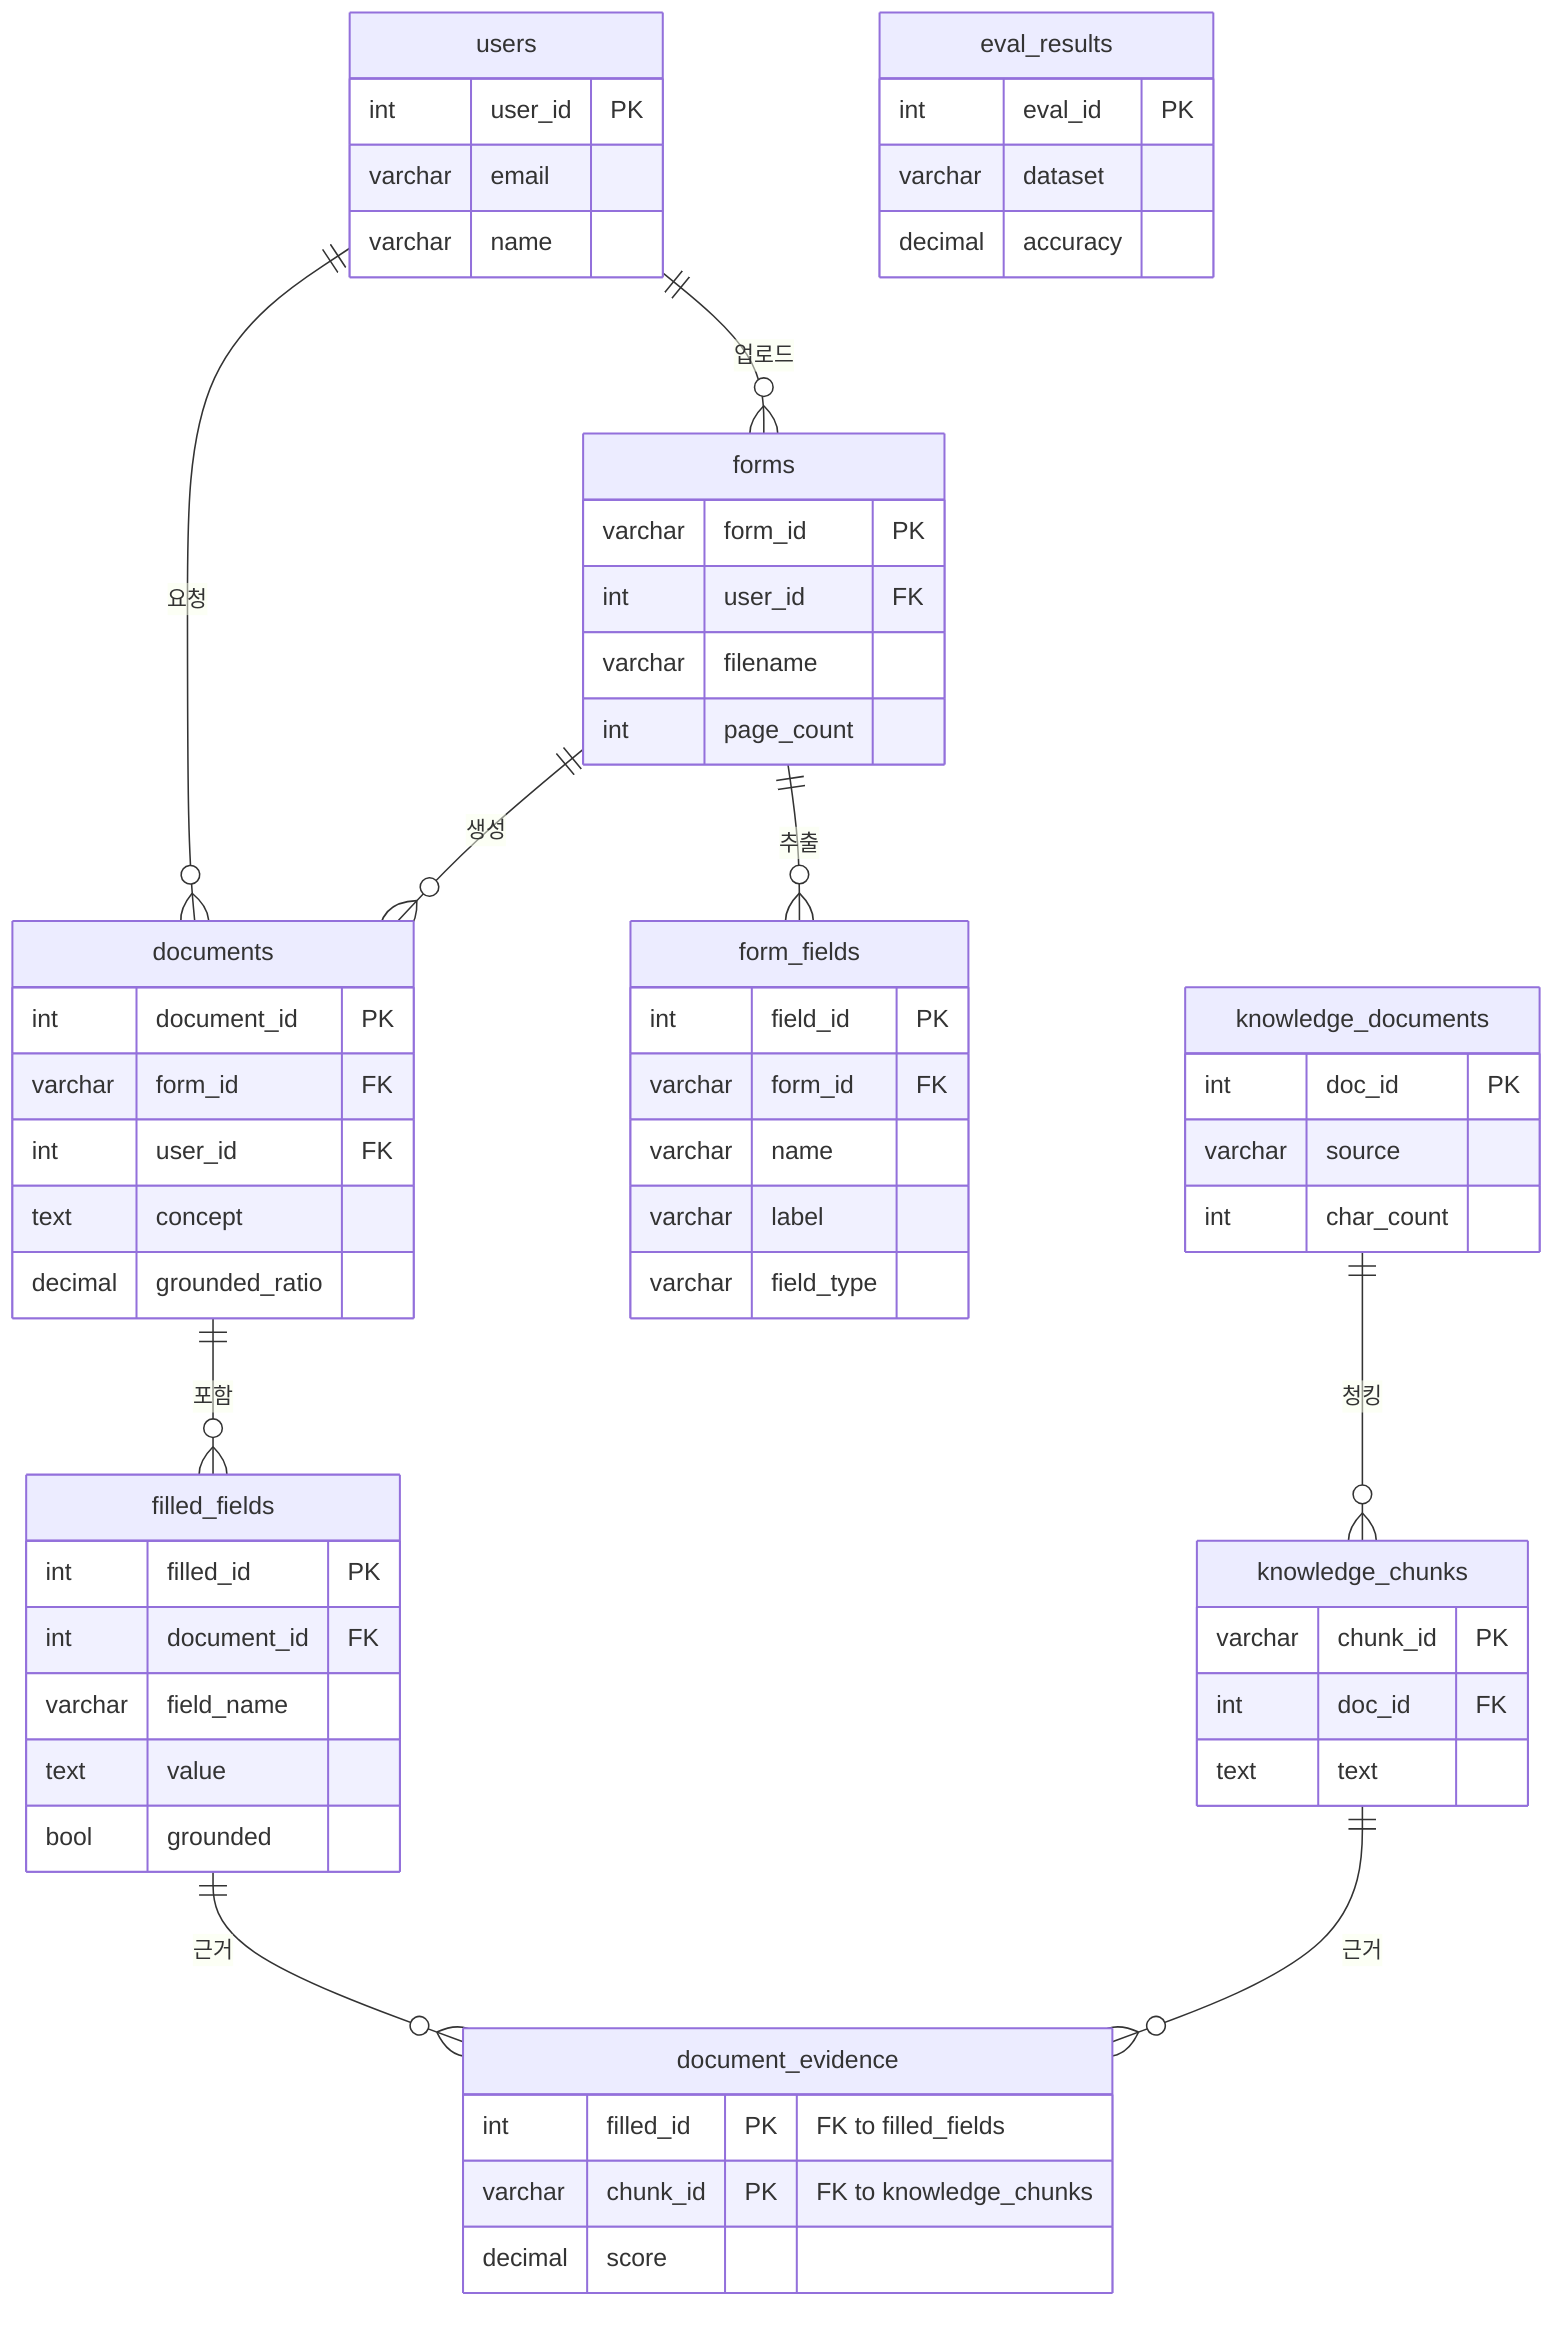
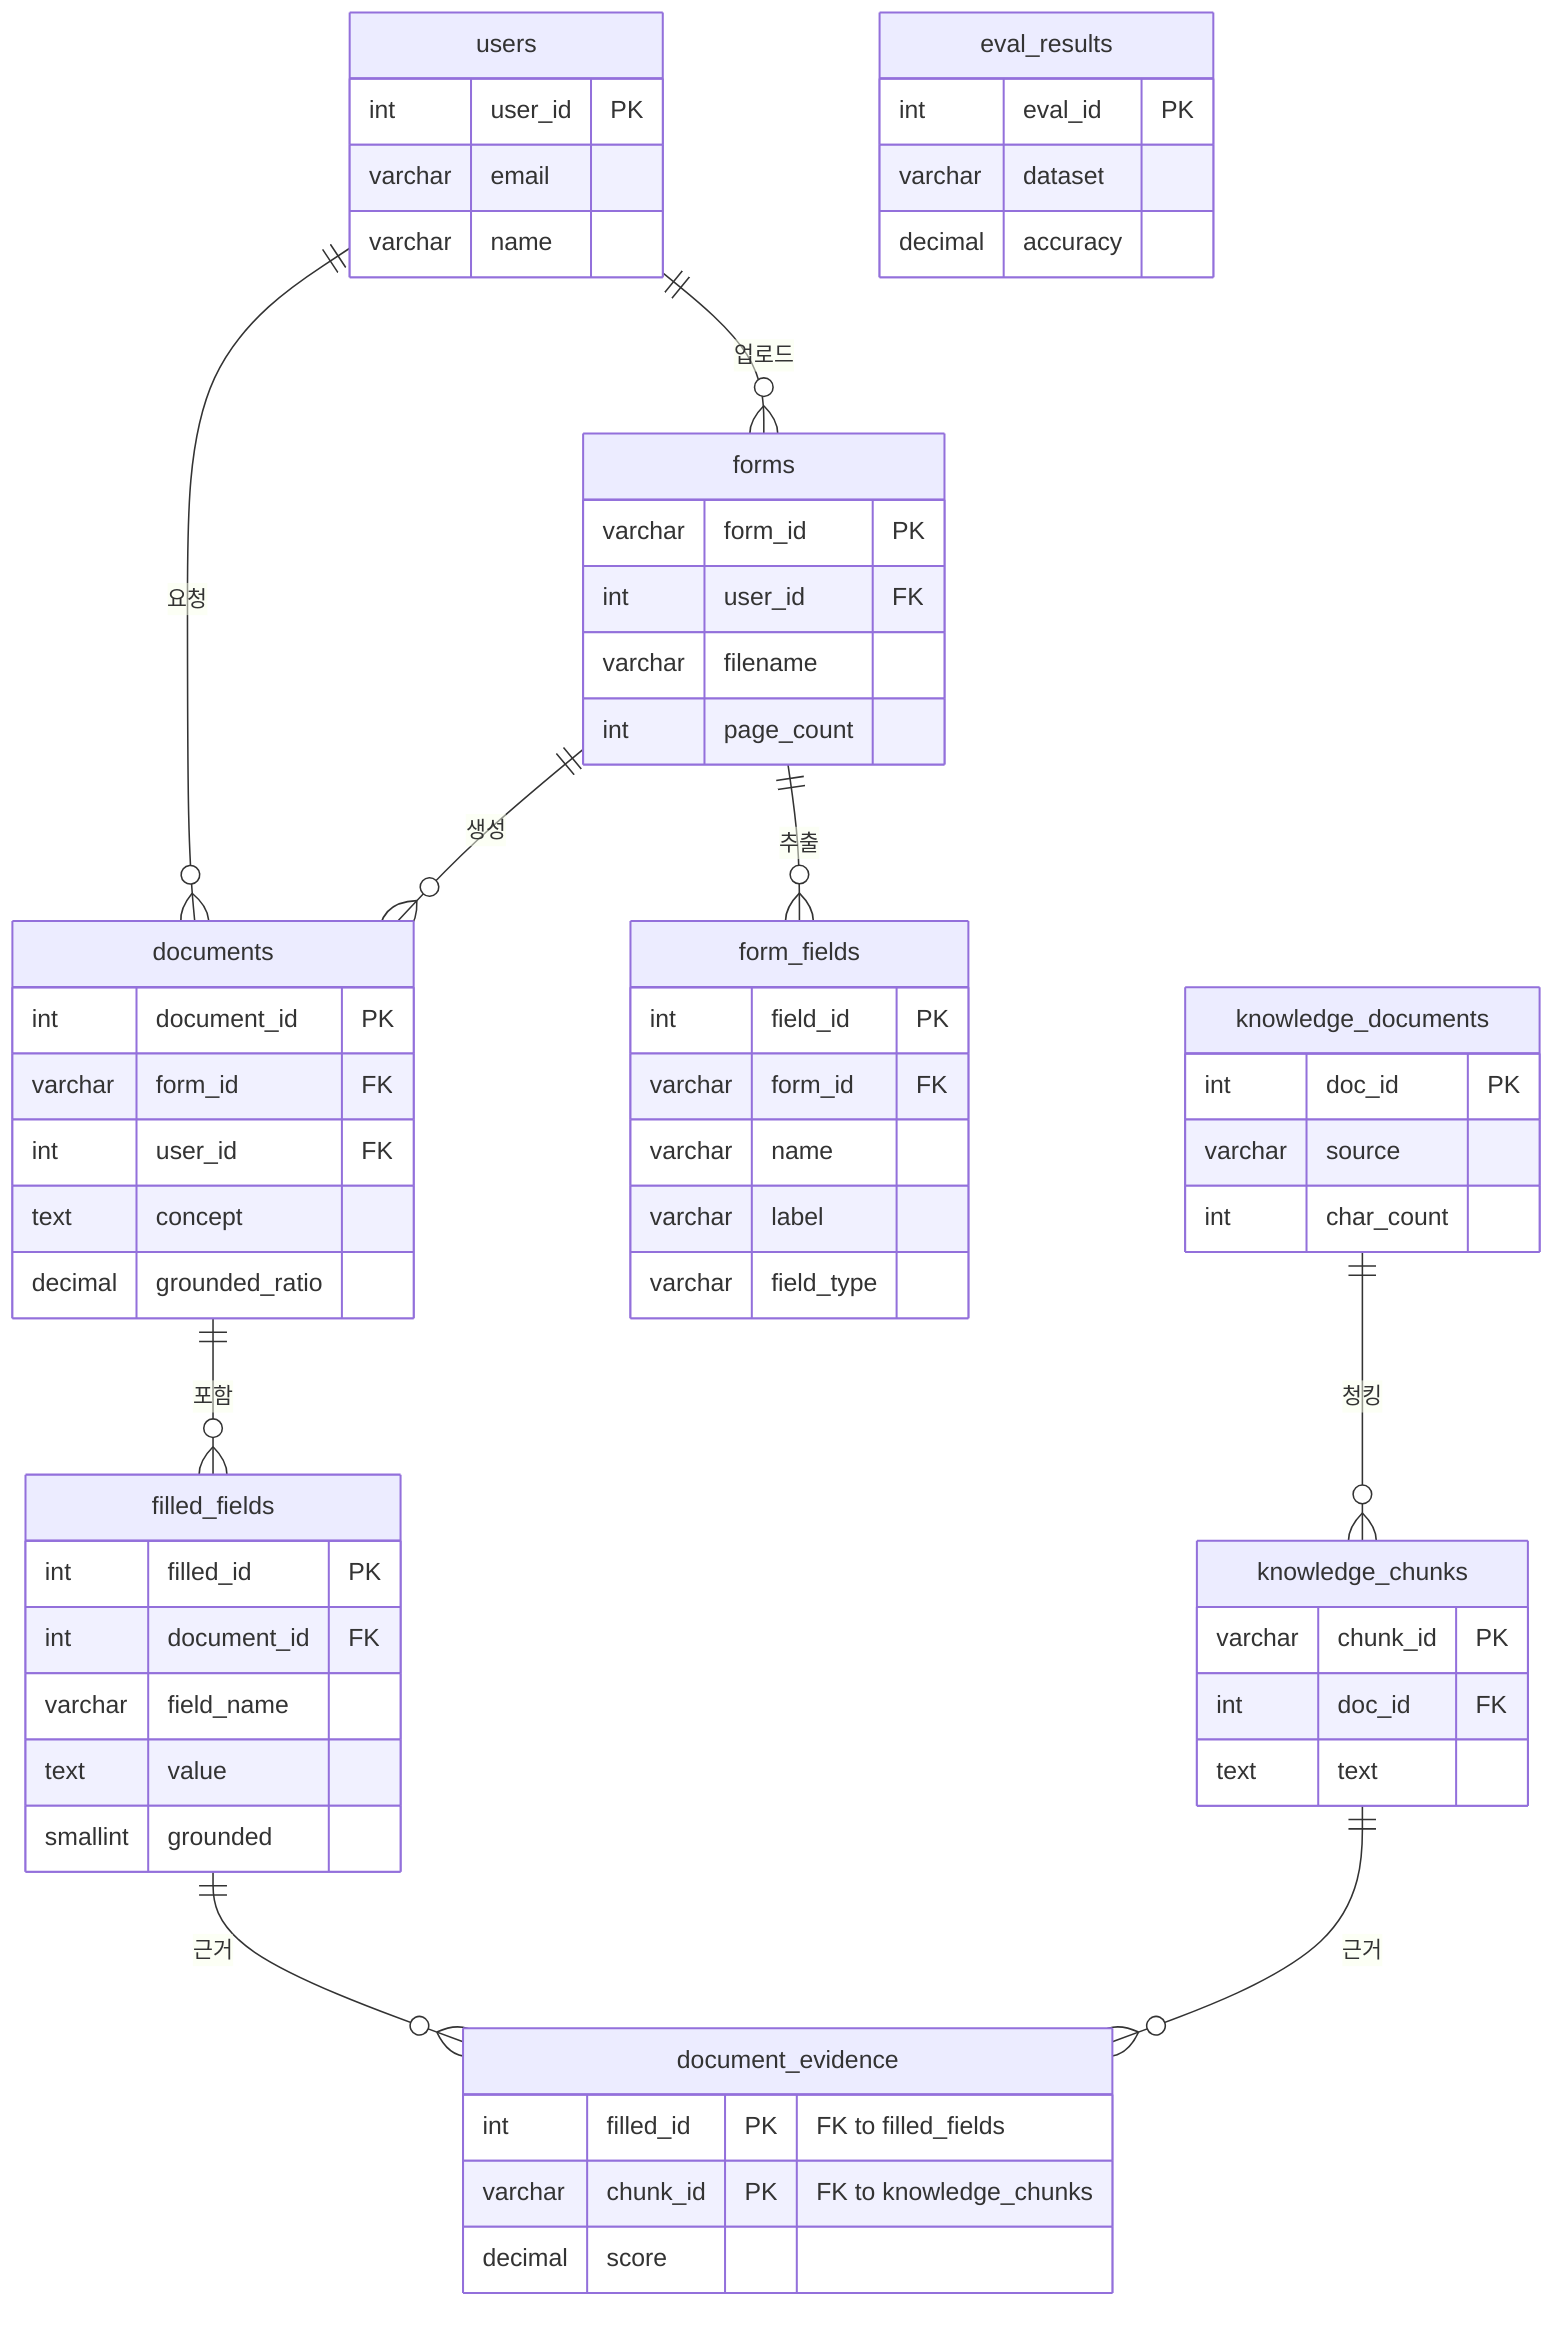
erDiagram
    users ||--o{ forms : "업로드"
    users ||--o{ documents : "요청"
    forms ||--o{ form_fields : "추출"
    forms ||--o{ documents : "생성"
    documents ||--o{ filled_fields : "포함"
    knowledge_documents ||--o{ knowledge_chunks : "청킹"
    filled_fields ||--o{ document_evidence : "근거"
    knowledge_chunks ||--o{ document_evidence : "근거"

    users {
        int user_id PK
        varchar email
        varchar name
    }
    forms {
        varchar form_id PK
        int user_id FK
        varchar filename
        int page_count
    }
    form_fields {
        int field_id PK
        varchar form_id FK
        varchar name
        varchar label
        varchar field_type
    }
    knowledge_documents {
        int doc_id PK
        varchar source
        int char_count
    }
    knowledge_chunks {
        varchar chunk_id PK
        int doc_id FK
        text text
    }
    documents {
        int document_id PK
        varchar form_id FK
        int user_id FK
        text concept
        decimal grounded_ratio
    }
    filled_fields {
        int filled_id PK
        int document_id FK
        varchar field_name
        text value
-         bool grounded
+         smallint grounded
    }
    document_evidence {
        int filled_id PK "FK to filled_fields"
        varchar chunk_id PK "FK to knowledge_chunks"
        decimal score
    }
    eval_results {
        int eval_id PK
        varchar dataset
        decimal accuracy
    }
